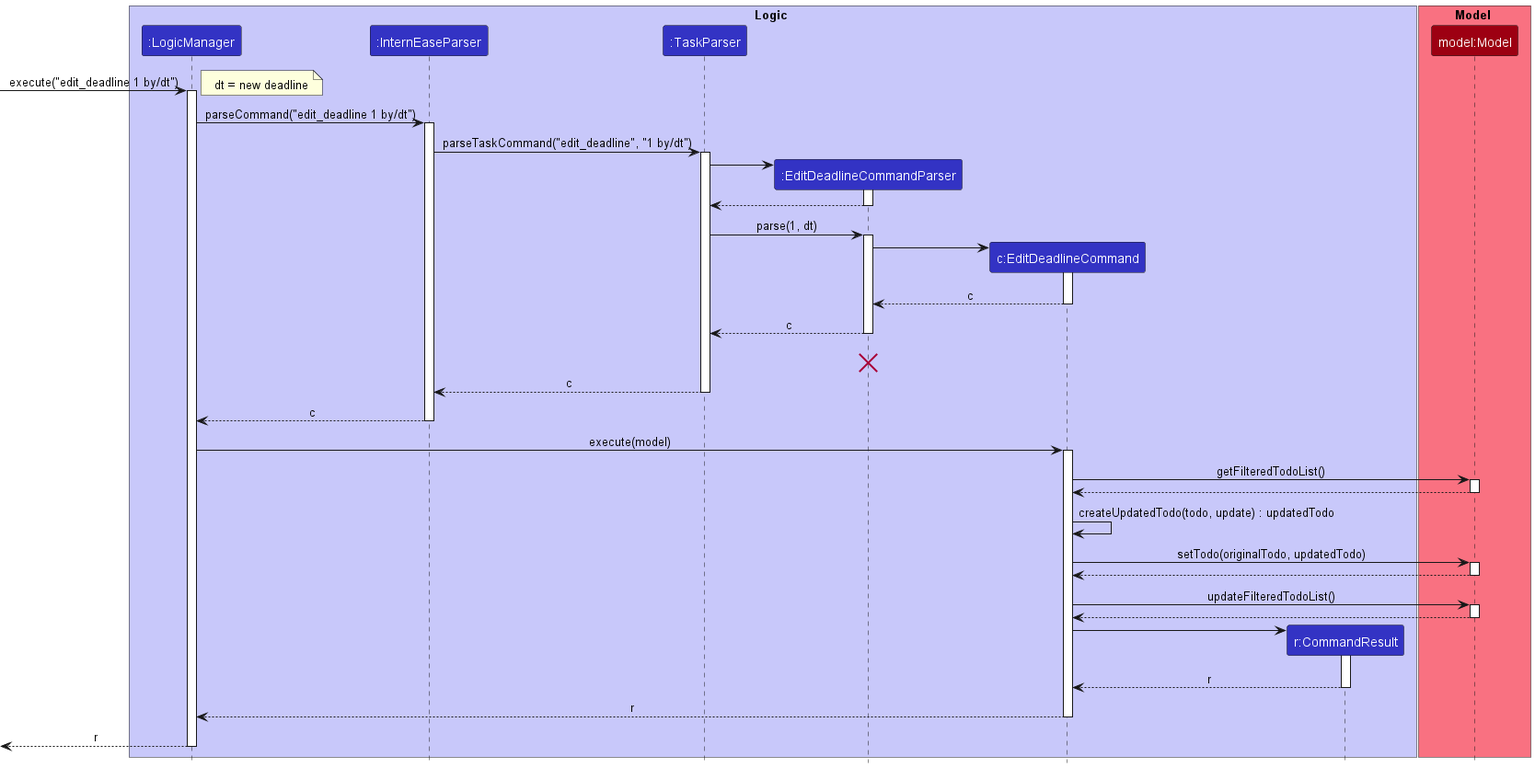
The PlantUML diagram docs/images/EditDeadlineSequenceDiagram.png in nus-cs2103-AY2223S2/tp, before a commit.
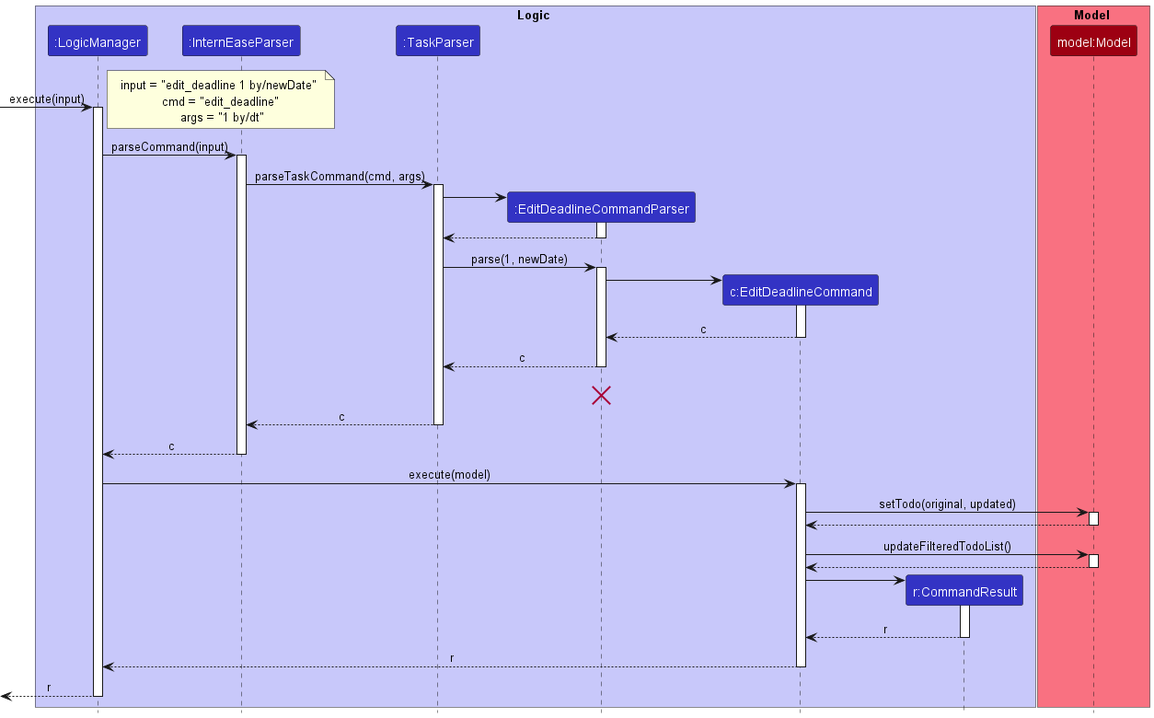
After the change.

The edit, as a diff of the source:
```diff
@@ -14,14 +14,14 @@
 participant "model:Model" as Model MODEL_COLOR
 end box
 
-[-> LogicManager : execute("edit_deadline 1 by/dt")
+[-> LogicManager : execute(input)
 activate LogicManager
 
-note right: dt = new deadline
-LogicManager -> InternEaseParser : parseCommand("edit_deadline 1 by/dt")
+note right: input = "edit_deadline 1 by/newDate" \n cmd = "edit_deadline" \n args = "1 by/dt"
+LogicManager -> InternEaseParser : parseCommand(input)
 activate InternEaseParser
 
-InternEaseParser -> TaskParser : parseTaskCommand("edit_deadline", "1 by/dt")
+InternEaseParser -> TaskParser : parseTaskCommand(cmd, args)
 activate TaskParser
 
 create EditDeadlineCommandParser
@@ -31,7 +31,7 @@
 EditDeadlineCommandParser --> TaskParser
 deactivate EditDeadlineCommandParser
 
-TaskParser -> EditDeadlineCommandParser : parse(1, dt)
+TaskParser -> EditDeadlineCommandParser : parse(1, newDate)
 activate EditDeadlineCommandParser
 
 create EditDeadlineCommand
@@ -55,15 +55,7 @@
 LogicManager -> EditDeadlineCommand : execute(model)
 activate EditDeadlineCommand
 
-EditDeadlineCommand -> Model : getFilteredTodoList()
-activate Model
-
-Model --> EditDeadlineCommand
-deactivate Model
-
-EditDeadlineCommand -> EditDeadlineCommand : createUpdatedTodo(todo, update) : updatedTodo
-
-EditDeadlineCommand -> Model : setTodo(originalTodo, updatedTodo)
+EditDeadlineCommand -> Model : setTodo(original, updated)
 activate Model
 
 Model --> EditDeadlineCommand
```
